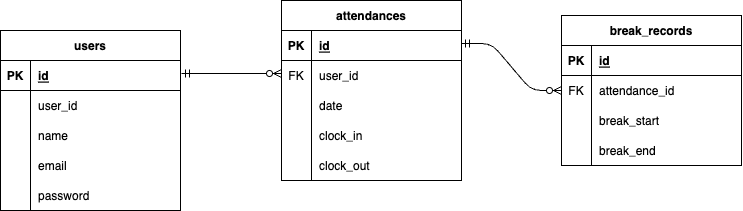
Above: er.png in hstonewell/mock_first (draw.io), before the change. Source tidied: cells renumbered, new cells last; positions are measured from the earlier drawing's top-left corner, leaving out a move shared by most shapes.
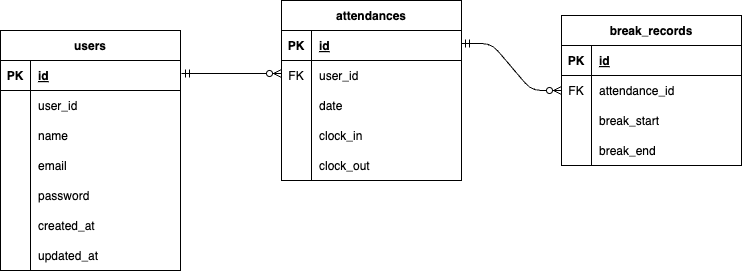
After the commit.

The edit, as a diff of the source:
```diff
@@ -3,7 +3,7 @@
     <mxCell id="0" />
     <mxCell id="1" parent="0" />
     <mxCell id="2" value="users" style="shape=table;startSize=30;rowLines=0;fontStyle=1;align=center;fillStyle=auto;shadow=0;" parent="1" vertex="1">
-      <mxGeometry y="30" width="180" height="180" as="geometry" />
+      <mxGeometry y="30" width="180" height="240" as="geometry" />
     </mxCell>
     <mxCell id="3" style="shape=tableRow;horizontal=0;startSize=0;swimlaneHead=0;swimlaneBody=0;fillColor=none;top=0;left=0;right=0;bottom=1;" parent="2" vertex="1">
       <mxGeometry y="30" width="180" height="30" as="geometry" />
@@ -50,6 +50,24 @@
     <mxCell id="17" value="password" style="shape=partialRectangle;fillColor=none;top=0;left=0;bottom=0;right=0;align=left;spacingLeft=6;overflow=hidden;" parent="15" vertex="1">
       <mxGeometry x="30" width="150" height="30" as="geometry" />
     </mxCell>
+    <mxCell id="49" style="shape=tableRow;horizontal=0;startSize=0;swimlaneHead=0;swimlaneBody=0;fillColor=none;top=0;left=0;right=0;bottom=0;" parent="2" vertex="1">
+      <mxGeometry y="180" width="180" height="30" as="geometry" />
+    </mxCell>
+    <mxCell id="50" style="shape=partialRectangle;fillColor=none;top=0;left=0;bottom=0;right=0;overflow=hidden;" parent="49" vertex="1">
+      <mxGeometry width="30" height="30" as="geometry" />
+    </mxCell>
+    <mxCell id="51" value="created_at" style="shape=partialRectangle;fillColor=none;top=0;left=0;bottom=0;right=0;align=left;spacingLeft=6;overflow=hidden;" parent="49" vertex="1">
+      <mxGeometry x="30" width="150" height="30" as="geometry" />
+    </mxCell>
+    <mxCell id="52" style="shape=tableRow;horizontal=0;startSize=0;swimlaneHead=0;swimlaneBody=0;fillColor=none;top=0;left=0;right=0;bottom=0;" parent="2" vertex="1">
+      <mxGeometry y="210" width="180" height="30" as="geometry" />
+    </mxCell>
+    <mxCell id="53" style="shape=partialRectangle;fillColor=none;top=0;left=0;bottom=0;right=0;overflow=hidden;" parent="52" vertex="1">
+      <mxGeometry width="30" height="30" as="geometry" />
+    </mxCell>
+    <mxCell id="54" value="updated_at" style="shape=partialRectangle;fillColor=none;top=0;left=0;bottom=0;right=0;align=left;spacingLeft=6;overflow=hidden;" parent="52" vertex="1">
+      <mxGeometry x="30" width="150" height="30" as="geometry" />
+    </mxCell>
     <mxCell id="18" value="attendances" style="shape=table;startSize=30;rowLines=0;fontStyle=1;align=center;fillStyle=auto;strokeColor=default;fillColor=default;" parent="1" vertex="1">
       <mxGeometry x="281" width="180" height="180" as="geometry" />
     </mxCell>
```
